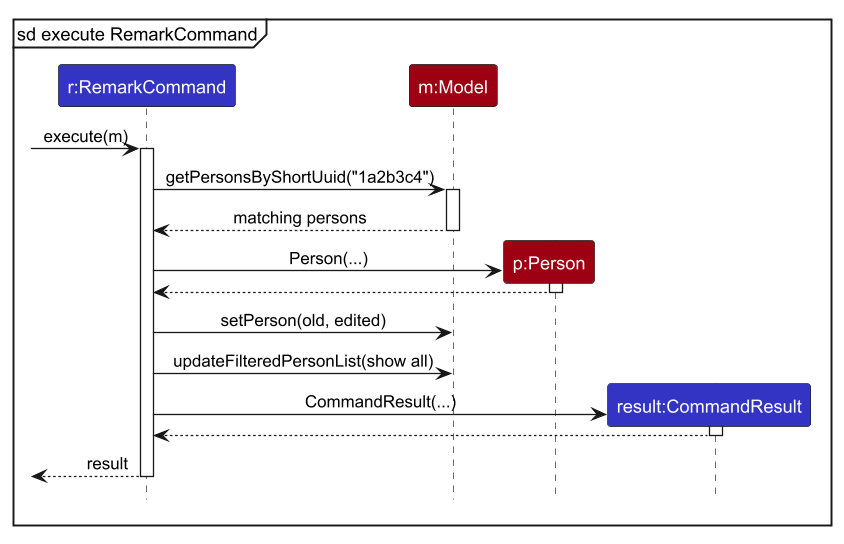
Before: docs/images/RemarkCommandExecutionSequenceDiagram.png, a diagram exported from PlantUML (AY2627S1-CS2103T-W08-3/tp).
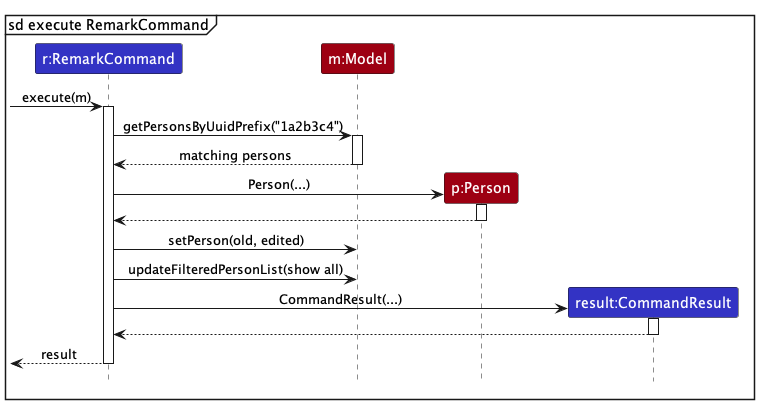
After the change.

Commit message:
DG: Update remark command to match UUID prefix lookup

Diff of the diagram source:
```diff
@@ -13,7 +13,7 @@
 [-> RemarkCommand : execute(m)
 activate RemarkCommand
 
-RemarkCommand -> Model : getPersonsByShortUuid("1a2b3c4")
+RemarkCommand -> Model : getPersonsByUuidPrefix("1a2b3c4")
 activate Model
 Model --> RemarkCommand : matching persons
 deactivate Model
```
